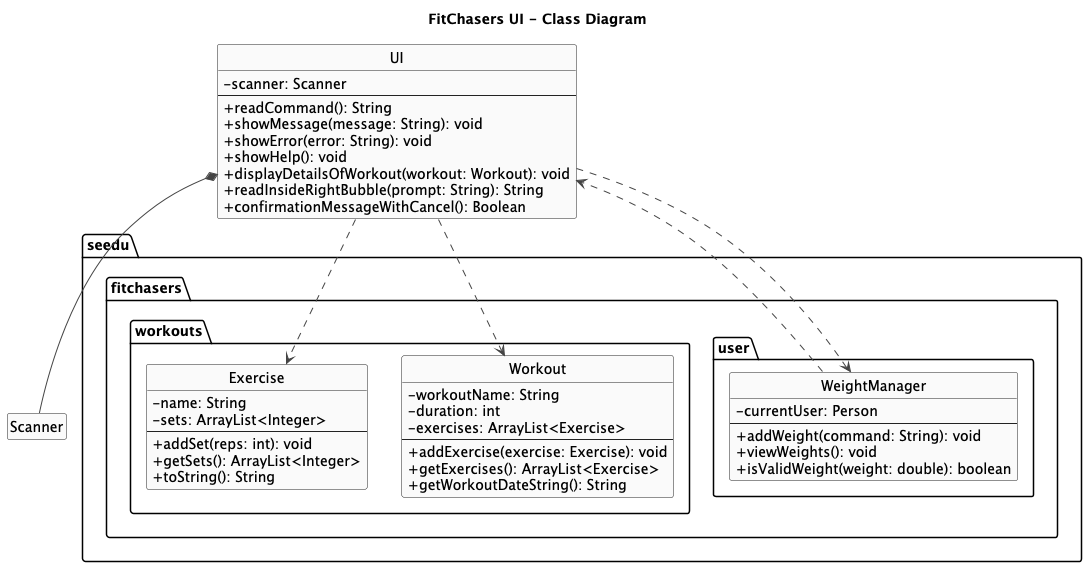
Earlier version of the PlantUML export docs/diagrams/UI_class_diagram.png (Exceptional-Khoi/tp). Source of this version:
```plantuml
@startuml
title FitChasers UI - Class Diagram

skinparam shadowing false
skinparam classAttributeIconSize 0
skinparam ArrowColor #444
skinparam ClassBorderColor #222
skinparam ClassBackgroundColor #FAFAFA
skinparam NoteBackgroundColor #fff
skinparam NoteBorderColor #aaa
skinparam stereotypeFontStyle bold
hide empty fields
hide empty methods
hide circle

class Scanner

package "seedu.fitchasers.workouts" {
  class Exercise {
    - name: String
    - sets: ArrayList<Integer>
    --
    + addSet(reps: int): void
    + getSets(): ArrayList<Integer>
    + toString(): String
  }

  class Workout {
    - workoutName: String
    - duration: int
    - exercises: ArrayList<Exercise>
    --
    + addExercise(exercise: Exercise): void
    + getExercises(): ArrayList<Exercise>
    + getWorkoutDateString(): String
  }
}

package "seedu.fitchasers.user" {
  class WeightManager {
    - currentUser: Person
    --
    + addWeight(command: String): void
    + viewWeights(): void
    + isValidWeight(weight: double): boolean
  }
}

class UI {
  - scanner: Scanner
  --
  + readCommand(): String
  + showMessage(message: String): void
  + showError(error: String): void
  + showHelp(): void
  + displayDetailsOfWorkout(workout: Workout): void
  + readInsideRightBubble(prompt: String): String
  + confirmationMessageWithCancel(): Boolean
}

UI *-- Scanner
UI ..> Workout
UI ..> Exercise
UI ..> WeightManager

WeightManager ..> UI
@enduml
```
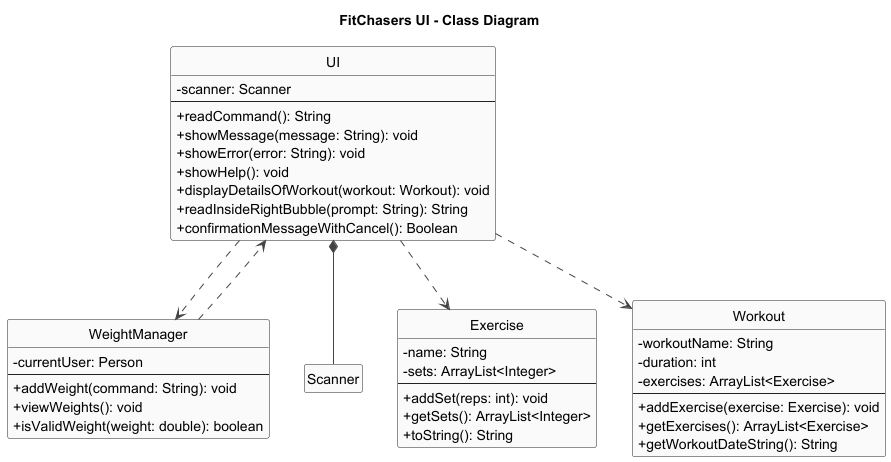
Above is the later version.

What changed in the source:
```diff
@@ -15,35 +15,32 @@
 
 class Scanner
 
-package "seedu.fitchasers.workouts" {
-  class Exercise {
-    - name: String
-    - sets: ArrayList<Integer>
-    --
-    + addSet(reps: int): void
-    + getSets(): ArrayList<Integer>
-    + toString(): String
-  }
-
-  class Workout {
-    - workoutName: String
-    - duration: int
-    - exercises: ArrayList<Exercise>
-    --
-    + addExercise(exercise: Exercise): void
-    + getExercises(): ArrayList<Exercise>
-    + getWorkoutDateString(): String
-  }
+class Exercise {
+- name: String
+- sets: ArrayList<Integer>
+--
++ addSet(reps: int): void
++ getSets(): ArrayList<Integer>
++ toString(): String
 }
 
-package "seedu.fitchasers.user" {
-  class WeightManager {
-    - currentUser: Person
-    --
-    + addWeight(command: String): void
-    + viewWeights(): void
-    + isValidWeight(weight: double): boolean
-  }
+class Workout {
+- workoutName: String
+- duration: int
+- exercises: ArrayList<Exercise>
+--
++ addExercise(exercise: Exercise): void
++ getExercises(): ArrayList<Exercise>
++ getWorkoutDateString(): String
+}
+
+
+class WeightManager {
+- currentUser: Person
+--
++ addWeight(command: String): void
++ viewWeights(): void
++ isValidWeight(weight: double): boolean
 }
 
 class UI {
```
